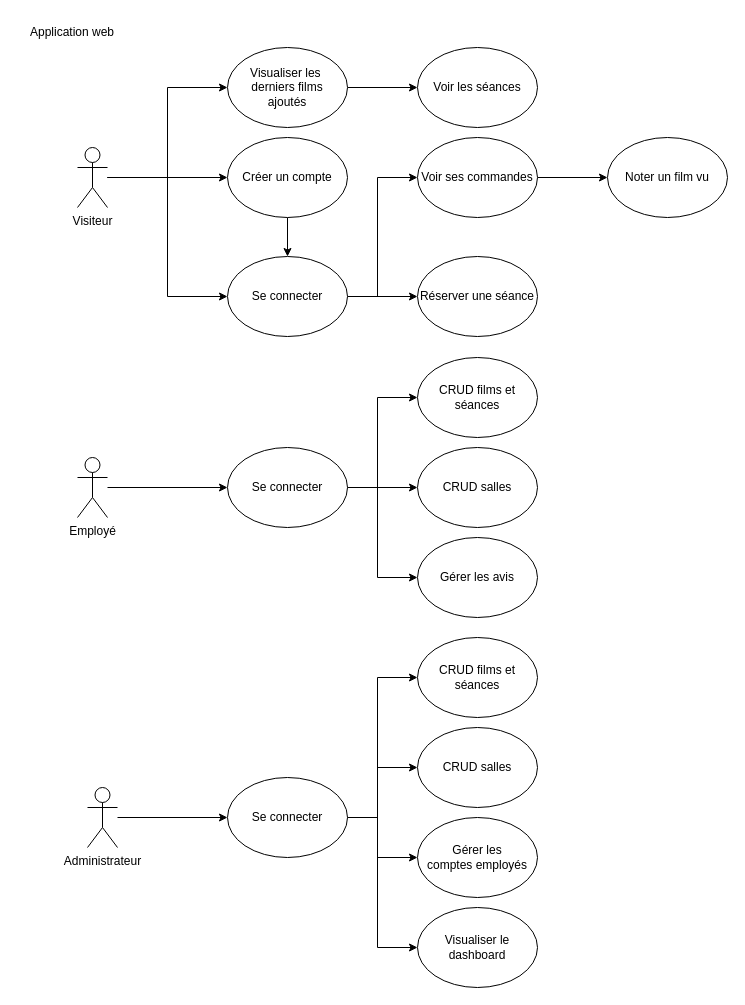
Above: charts/cas_d_utilisation.drawio in Thifanie/cinephoria (draw.io), before the change. Source tidied: cells renumbered, new cells numbered last; positions are measured from the earlier drawing's top-left corner, leaving out a move shared by most shapes. Both pictures are drawn from the tidied source at 100%, with x=0, y=0 at pixel (17, 17).
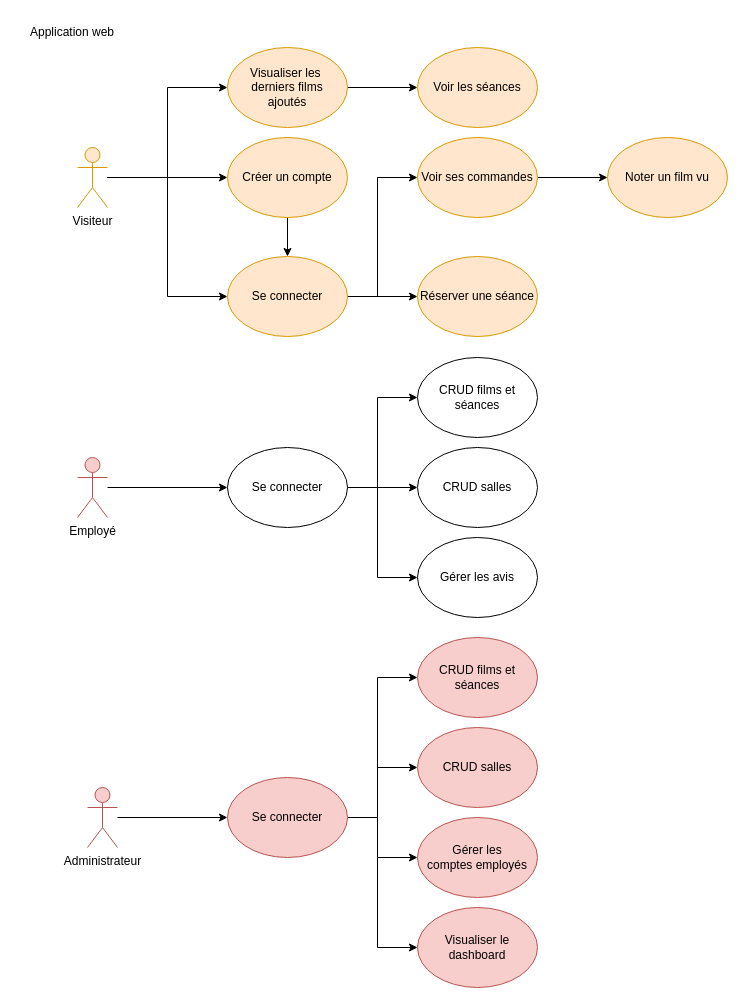
Above is the later version.

Commit message:
Mettre à jour cas_d_utilisation.drawio

What changed in the source:
```diff
@@
-    <mxCell id="6" value="Visiteur" style="shape=umlActor;verticalLabelPosition=bottom;verticalAlign=top;html=1;outlineConnect=0;" parent="1" vertex="1">
+    <mxCell id="6" value="Visiteur" style="shape=umlActor;verticalLabelPosition=bottom;verticalAlign=top;html=1;outlineConnect=0;fillColor=#ffe6cc;strokeColor=#d79b00;" parent="1" vertex="1">
       <mxGeometry x="60" y="130" width="30" height="60" as="geometry" />
     </mxCell>
@@
-    <mxCell id="8" value="Visualiser les&amp;nbsp;&lt;div&gt;derniers films&lt;/div&gt;&lt;div&gt;ajoutés&lt;/div&gt;" style="ellipse;whiteSpace=wrap;html=1;" parent="1" vertex="1">
+    <mxCell id="8" value="Visualiser les&amp;nbsp;&lt;div&gt;derniers films&lt;/div&gt;&lt;div&gt;ajoutés&lt;/div&gt;" style="ellipse;whiteSpace=wrap;html=1;fillColor=#ffe6cc;strokeColor=#d79b00;" parent="1" vertex="1">
       <mxGeometry x="210" y="30" width="120" height="80" as="geometry" />
     </mxCell>
@@
-    <mxCell id="10" value="Employé" style="shape=umlActor;verticalLabelPosition=bottom;verticalAlign=top;html=1;outlineConnect=0;" parent="1" vertex="1">
+    <mxCell id="10" value="Employé" style="shape=umlActor;verticalLabelPosition=bottom;verticalAlign=top;html=1;outlineConnect=0;fillColor=#f8cecc;strokeColor=#b85450;" parent="1" vertex="1">
       <mxGeometry x="60" y="440" width="30" height="60" as="geometry" />
     </mxCell>
@@
-    <mxCell id="12" value="Administrateur" style="shape=umlActor;verticalLabelPosition=bottom;verticalAlign=top;html=1;outlineConnect=0;" parent="1" vertex="1">
+    <mxCell id="12" value="Administrateur" style="shape=umlActor;verticalLabelPosition=bottom;verticalAlign=top;html=1;outlineConnect=0;fillColor=#f8cecc;strokeColor=#b85450;" parent="1" vertex="1">
       <mxGeometry x="70" y="770" width="30" height="60" as="geometry" />
     </mxCell>
@@
-    <mxCell id="15" value="Créer un compte" style="ellipse;whiteSpace=wrap;html=1;" parent="1" vertex="1">
+    <mxCell id="15" value="Créer un compte" style="ellipse;whiteSpace=wrap;html=1;fillColor=#ffe6cc;strokeColor=#d79b00;" parent="1" vertex="1">
       <mxGeometry x="210" y="120" width="120" height="80" as="geometry" />
     </mxCell>
@@
-    <mxCell id="18" value="Se connecter" style="ellipse;whiteSpace=wrap;html=1;" parent="1" vertex="1">
+    <mxCell id="18" value="Se connecter" style="ellipse;whiteSpace=wrap;html=1;fillColor=#ffe6cc;strokeColor=#d79b00;" parent="1" vertex="1">
       <mxGeometry x="210" y="239" width="120" height="80" as="geometry" />
     </mxCell>
@@
-    <mxCell id="20" value="Gérer les&lt;div&gt;comptes employés&lt;/div&gt;" style="ellipse;whiteSpace=wrap;html=1;" parent="1" vertex="1">
+    <mxCell id="20" value="Gérer les&lt;div&gt;comptes employés&lt;/div&gt;" style="ellipse;whiteSpace=wrap;html=1;fillColor=#f8cecc;strokeColor=#b85450;" parent="1" vertex="1">
       <mxGeometry x="400" y="800" width="120" height="80" as="geometry" />
     </mxCell>
@@
-    <mxCell id="29" value="Se connecter" style="ellipse;whiteSpace=wrap;html=1;" parent="1" vertex="1">
+    <mxCell id="29" value="Se connecter" style="ellipse;whiteSpace=wrap;html=1;fillColor=#f8cecc;strokeColor=#b85450;" parent="1" vertex="1">
       <mxGeometry x="210" y="760" width="120" height="80" as="geometry" />
     </mxCell>
-    <mxCell id="30" value="CRUD films et séances" style="ellipse;whiteSpace=wrap;html=1;" parent="1" vertex="1">
+    <mxCell id="30" value="CRUD films et séances" style="ellipse;whiteSpace=wrap;html=1;fillColor=#f8cecc;strokeColor=#b85450;" parent="1" vertex="1">
       <mxGeometry x="400" y="620" width="120" height="80" as="geometry" />
     </mxCell>
-    <mxCell id="31" value="CRUD salles" style="ellipse;whiteSpace=wrap;html=1;" parent="1" vertex="1">
+    <mxCell id="31" value="CRUD salles" style="ellipse;whiteSpace=wrap;html=1;fillColor=#f8cecc;strokeColor=#b85450;" parent="1" vertex="1">
       <mxGeometry x="400" y="710" width="120" height="80" as="geometry" />
     </mxCell>
-    <mxCell id="32" value="Visualiser le dashboard" style="ellipse;whiteSpace=wrap;html=1;" parent="1" vertex="1">
+    <mxCell id="32" value="Visualiser le dashboard" style="ellipse;whiteSpace=wrap;html=1;fillColor=#f8cecc;strokeColor=#b85450;" parent="1" vertex="1">
       <mxGeometry x="400" y="890" width="120" height="80" as="geometry" />
     </mxCell>
@@
-    <mxCell id="35" value="Voir ses commandes" style="ellipse;whiteSpace=wrap;html=1;" parent="1" vertex="1">
+    <mxCell id="35" value="Voir ses commandes" style="ellipse;whiteSpace=wrap;html=1;fillColor=#ffe6cc;strokeColor=#d79b00;" parent="1" vertex="1">
       <mxGeometry x="400" y="120" width="120" height="80" as="geometry" />
     </mxCell>
-    <mxCell id="36" value="Réserver une séance" style="ellipse;whiteSpace=wrap;html=1;" parent="1" vertex="1">
+    <mxCell id="36" value="Réserver une séance" style="ellipse;whiteSpace=wrap;html=1;fillColor=#ffe6cc;strokeColor=#d79b00;" parent="1" vertex="1">
       <mxGeometry x="400" y="239" width="120" height="80" as="geometry" />
     </mxCell>
-    <mxCell id="37" value="Voir les séances" style="ellipse;whiteSpace=wrap;html=1;" parent="1" vertex="1">
+    <mxCell id="37" value="Voir les séances" style="ellipse;whiteSpace=wrap;html=1;fillColor=#ffe6cc;strokeColor=#d79b00;" parent="1" vertex="1">
       <mxGeometry x="400" y="30" width="120" height="80" as="geometry" />
     </mxCell>
-    <mxCell id="38" value="Noter un film vu" style="ellipse;whiteSpace=wrap;html=1;" parent="1" vertex="1">
+    <mxCell id="38" value="Noter un film vu" style="ellipse;whiteSpace=wrap;html=1;fillColor=#ffe6cc;strokeColor=#d79b00;" parent="1" vertex="1">
       <mxGeometry x="590" y="120" width="120" height="80" as="geometry" />
     </mxCell>
```
